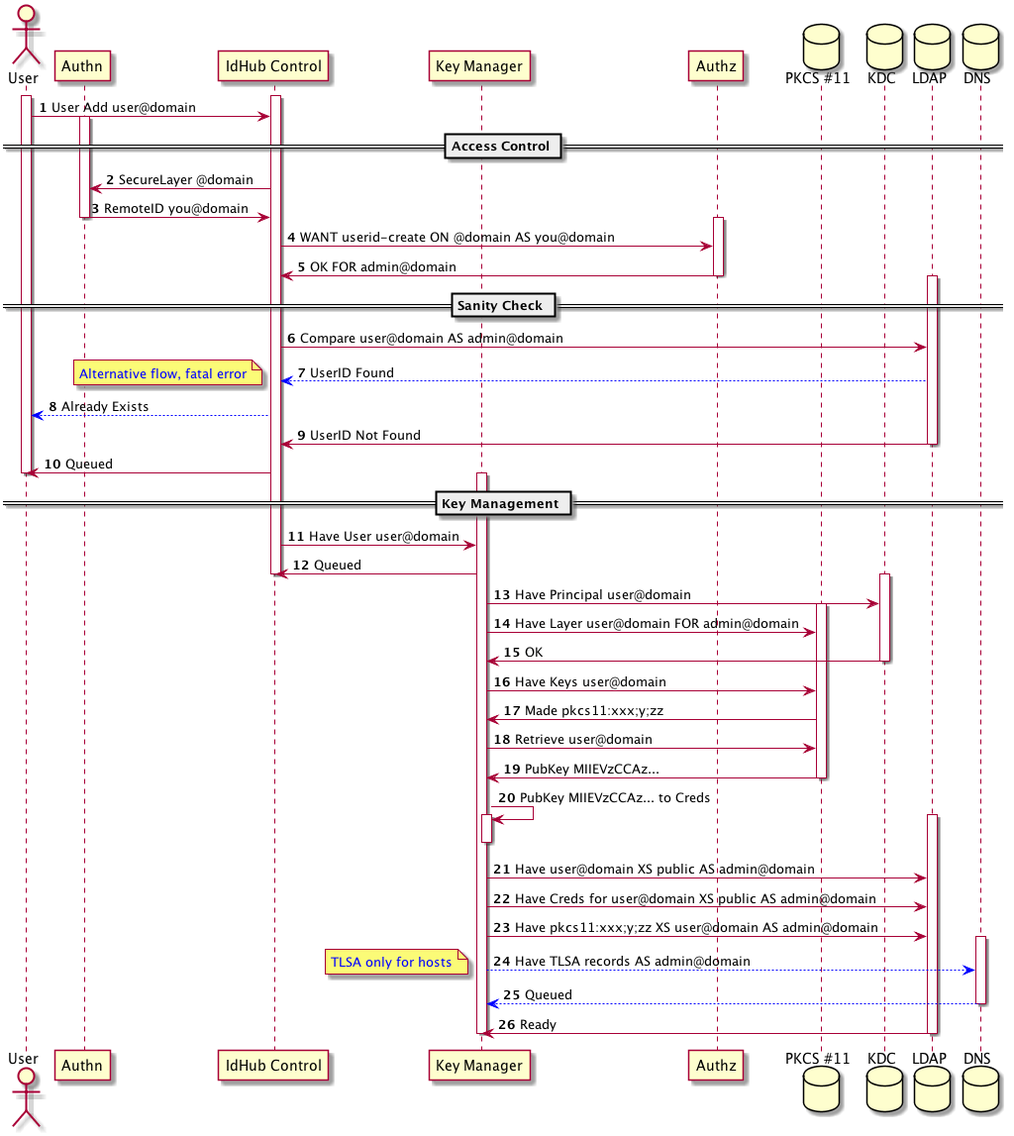
The PlantUML diagram user-add.png in arpa2/identityhub-design, before a commit.
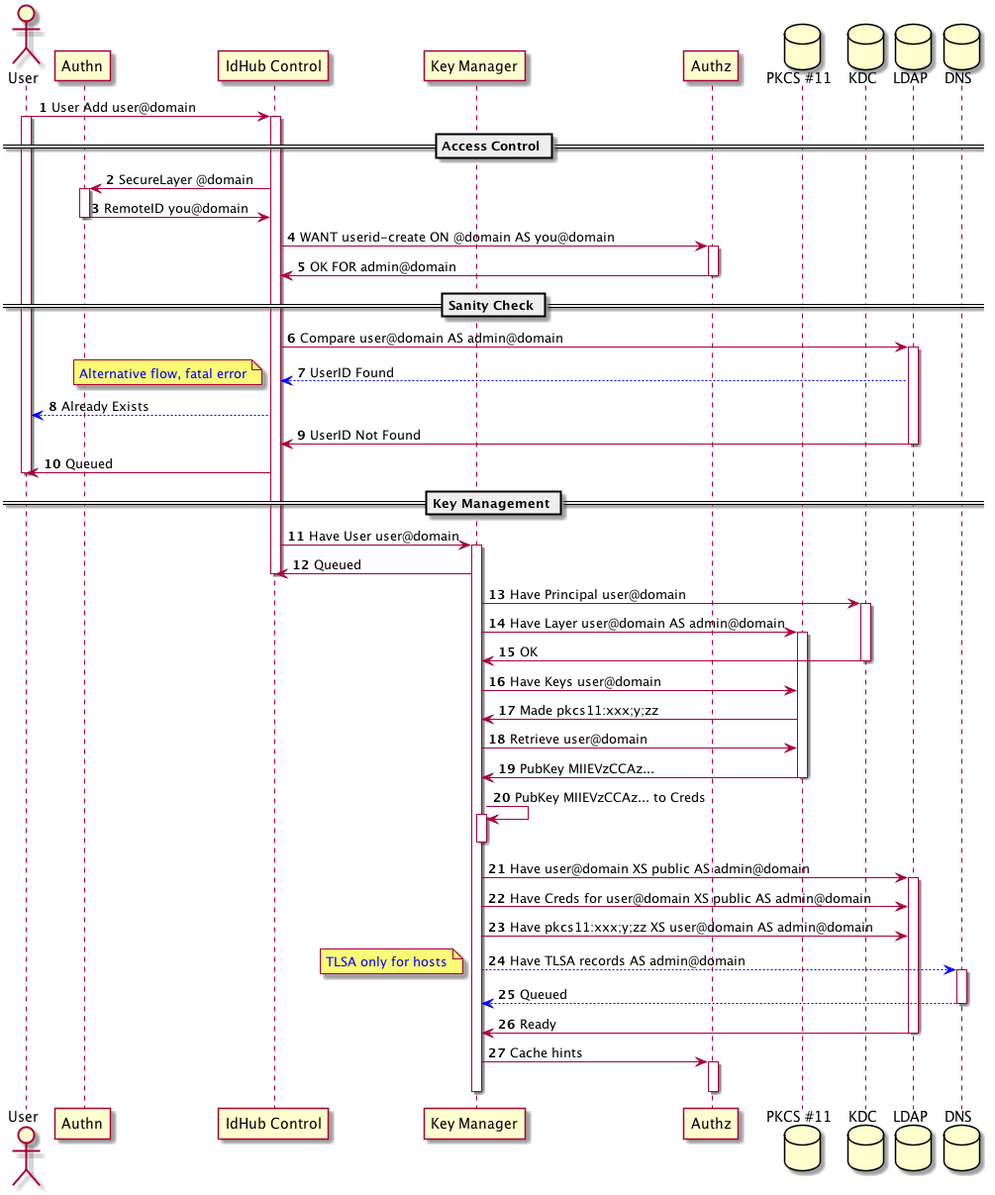
The same file after the commit.

Change to the diagram source:
```diff
@@ -12,26 +12,26 @@
 
 autonumber
 
+User -> Control: User Add user@domain
 activate User
 activate Control
-User -> Control: User Add user@domain
 
 == Access Control ==
 
+	Control -> Authn: SecureLayer @domain
 	activate Authn
-	Control -> Authn: SecureLayer @domain
 	Authn -> Control: RemoteID you@domain
 	deactivate Authn
 
+	Control -> Authz: WANT userid-create ON @domain AS you@domain
 	activate Authz
-	Control -> Authz: WANT userid-create ON @domain AS you@domain
 	Authz -> Control: OK FOR admin@domain
 	deactivate Authz
 
 == Sanity Check ==
 
+	Control -> LDAP: Compare user@domain AS admin@domain
 	activate LDAP
-	Control -> LDAP: Compare user@domain AS admin@domain
 	LDAP -[#blue]-> Control: UserID Found
 note left: <color:blue>Alternative flow, fatal error</color>
 Control -[#blue]-> User: Already Exists
@@ -43,16 +43,16 @@
 
 == Key Management ==
 
+	Control -> KeyManager: Have User user@domain
 	activate KeyManager
-	Control -> KeyManager: Have User user@domain
 	KeyManager -> Control: Queued
 deactivate Control
 
+			KeyManager -> KDC: Have Principal user@domain
 			activate KDC
-			KeyManager -> KDC: Have Principal user@domain
 
+		KeyManager -> PKCS11: Have Layer user@domain AS admin@domain
 		activate PKCS11
-		KeyManager -> PKCS11: Have Layer user@domain FOR admin@domain
 
 			KDC -> KeyManager: OK
 			deactivate KDC
@@ -70,13 +70,13 @@
 	activate KeyManager
 	deactivate KeyManager
 
+	KeyManager -> LDAP: Have user@domain XS public AS admin@domain
 	activate LDAP
-	KeyManager -> LDAP: Have user@domain XS public AS admin@domain
 	KeyManager -> LDAP: Have Creds for user@domain XS public AS admin@domain
 	KeyManager -> LDAP: Have pkcs11:xxx;y;zz XS user@domain AS admin@domain
 
+		KeyManager -[#blue]-> DNS: Have TLSA records AS admin@domain
 		activate DNS
-		KeyManager -[#blue]-> DNS: Have TLSA records AS admin@domain
 		note left: <color:blue>TLSA only for hosts</color>
 		DNS -[#blue]-> KeyManager: Queued
 		deactivate DNS
@@ -84,6 +84,10 @@
 	LDAP -> KeyManager: Ready
 	deactivate LDAP
 
+	KeyManager -> Authz: Cache hints
+	activate Authz
+	deactivate Authz
+
 	deactivate KeyManager
 
 @enduml
```
